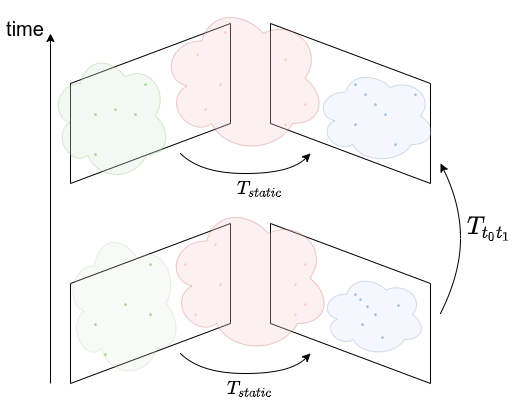
Above: graphics/general_scheme.png in Myralllka/bachelor_thesis (draw.io), before the change. Source tidied: cells renumbered, new cells last; positions are measured from the earlier drawing's top-left corner, leaving out a move shared by most shapes.
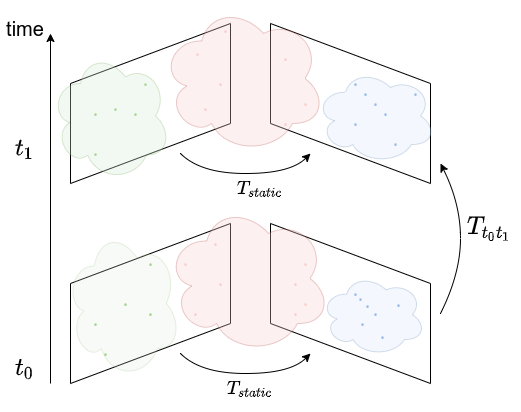
The same diagram one commit later.

Change to the diagram source:
```diff
@@ -197,5 +197,11 @@
         </Array>
       </mxGeometry>
     </mxCell>
+    <mxCell id="59" value="&lt;font color=&quot;#000000&quot;&gt;$$t_1$$&lt;/font&gt;" style="text;html=1;strokeColor=none;fillColor=none;align=center;verticalAlign=middle;whiteSpace=wrap;rounded=0;fontSize=20;fontColor=#7EA6E0;" parent="1" vertex="1">
+      <mxGeometry y="132" width="50" height="30" as="geometry" />
+    </mxCell>
+    <mxCell id="60" value="&lt;font color=&quot;#000000&quot;&gt;$$t_0$$&lt;/font&gt;" style="text;html=1;strokeColor=none;fillColor=none;align=center;verticalAlign=middle;whiteSpace=wrap;rounded=0;fontSize=20;fontColor=#7EA6E0;" parent="1" vertex="1">
+      <mxGeometry y="352" width="50" height="30" as="geometry" />
+    </mxCell>
   </root>
 </mxGraphModel>
```
